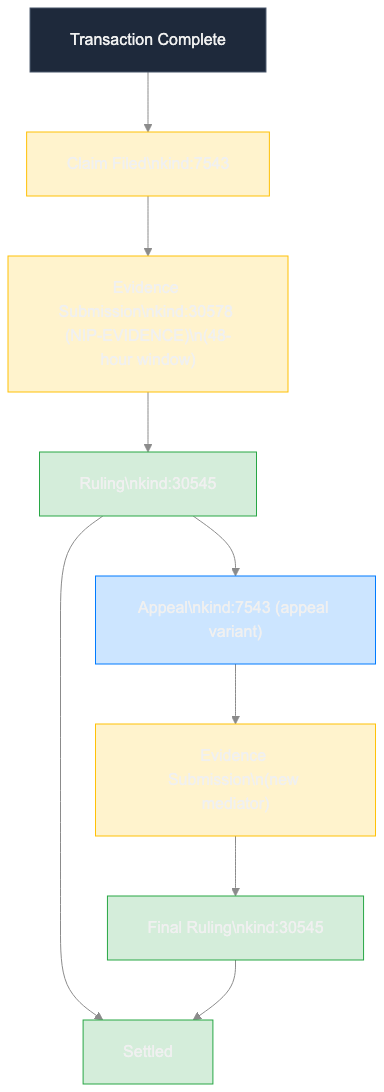
This is images/disputes-2.png from forgesworn/nip-drafts, a Mermaid export, as it was before one commit. Its source is kept beside it as images/disputes-2.mmd.
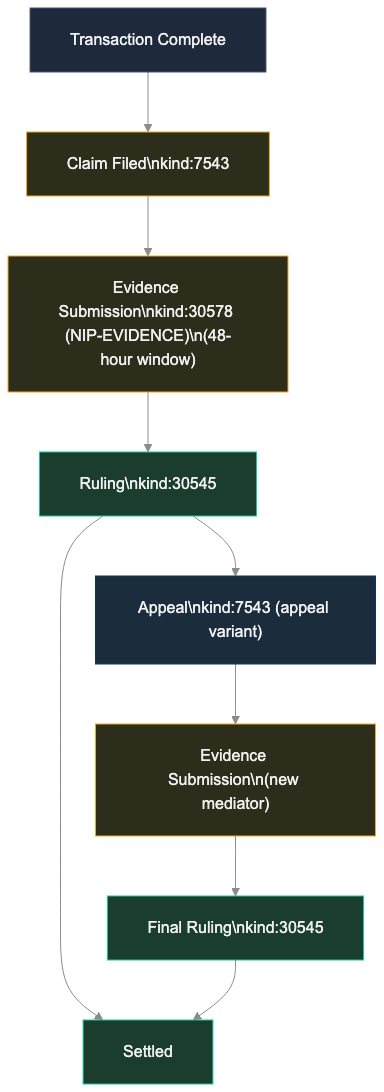
Later version of the same file.

The edit, as a diff of the source:
```diff
@@ -8,10 +8,10 @@
     ES2 --> RU2["Final Ruling\nkind:30545"]
     RU2 --> SE
 
-    style CF fill:#fff3cd,stroke:#ffc107
-    style ES fill:#fff3cd,stroke:#ffc107
-    style RU fill:#d4edda,stroke:#28a745
-    style SE fill:#d4edda,stroke:#28a745
-    style AP fill:#cce5ff,stroke:#007bff
-    style ES2 fill:#fff3cd,stroke:#ffc107
-    style RU2 fill:#d4edda,stroke:#28a745
+    style CF fill:#2d2d1b,stroke:#f5a623
+    style ES fill:#2d2d1b,stroke:#f5a623
+    style RU fill:#1b3d2d,stroke:#16c79a
+    style SE fill:#1b3d2d,stroke:#16c79a
+    style AP fill:#1b2d3d,stroke:#0f3460
+    style ES2 fill:#2d2d1b,stroke:#f5a623
+    style RU2 fill:#1b3d2d,stroke:#16c79a
```
